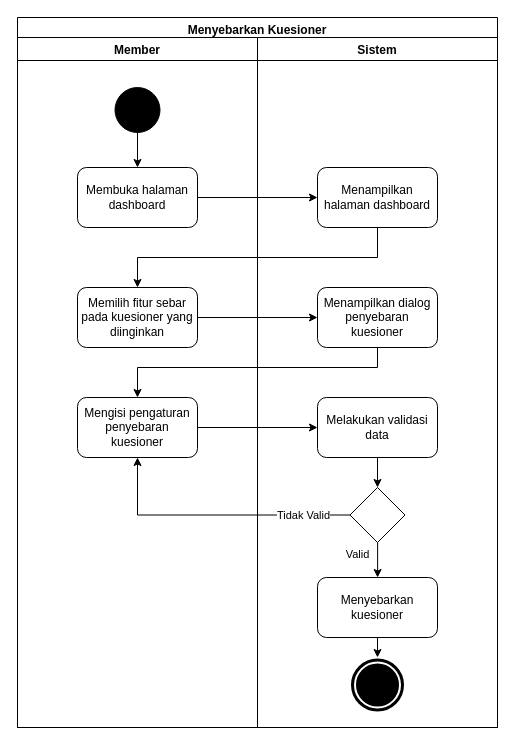
This is Diagram/Activity Diagram/19. menyebarkan kuesioner.drawio from techie-jhs/thesis, a draw.io file, before an edit. Source tidied: cells renumbered, new cells numbered last; positions are measured from the earlier drawing's top-left corner, leaving out a move shared by most shapes. Both pictures are drawn from the tidied source at 100%, with x=0, y=0 at pixel (17, 17).
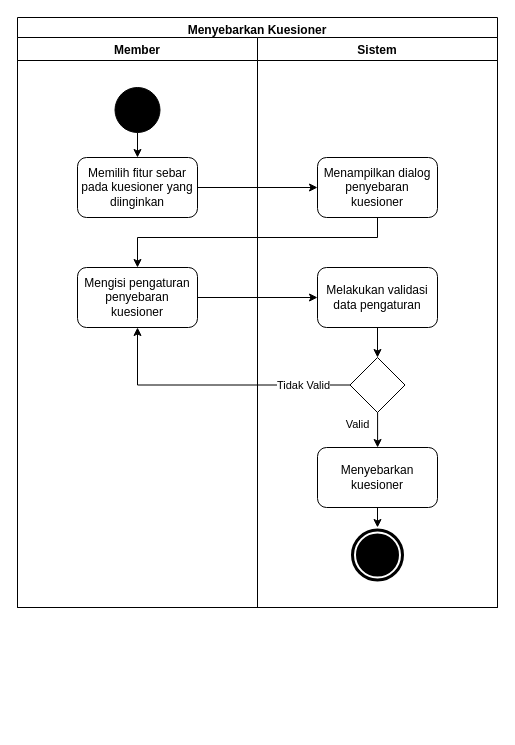
Above is the later version.

Unchanged cells that the change refers to:
```xml
<mxCell id="5" style="ellipse;whiteSpace=wrap;html=1;fillColor=#000000;" parent="3" vertex="1">
  <mxGeometry x="97.5" y="50" width="45" height="45" as="geometry" />
</mxCell>
```

Diff of the diagram source:
```diff
@@
     <mxCell id="2" value="Menyebarkan Kuesioner" style="swimlane;fillColor=none;" parent="1" vertex="1">
-      <mxGeometry width="480" height="710" as="geometry" />
+      <mxGeometry width="480" height="590" as="geometry" />
     </mxCell>
     <mxCell id="3" value="Member" style="swimlane;" parent="2" vertex="1">
-      <mxGeometry y="20" width="240" height="690" as="geometry" />
+      <mxGeometry y="20" width="240" height="570" as="geometry" />
     </mxCell>
-    <mxCell id="4" style="edgeStyle=orthogonalEdgeStyle;rounded=0;jettySize=auto;html=1;" parent="3" edge="1" source="5" target="6">
-      <mxGeometry relative="1" as="geometry" />
-    </mxCell>
+    <mxCell id="26" style="edgeStyle=orthogonalEdgeStyle;rounded=0;jettySize=auto;html=1;" parent="3" edge="1" source="5" target="7">
+      <mxGeometry relative="1" as="geometry" />
+    </mxCell>
@@
-    <mxCell id="6" value="Membuka halaman dashboard" style="rounded=1;whiteSpace=wrap;html=1;fillColor=none;" parent="3" vertex="1">
-      <mxGeometry x="60" y="130" width="120" height="60" as="geometry" />
-    </mxCell>
     <mxCell id="7" value="Memilih fitur sebar pada kuesioner yang diinginkan" style="rounded=1;whiteSpace=wrap;html=1;fillColor=none;" parent="3" vertex="1">
-      <mxGeometry x="60" y="250" width="120" height="60" as="geometry" />
+      <mxGeometry x="60" y="120" width="120" height="60" as="geometry" />
     </mxCell>
     <mxCell id="8" value="&lt;span&gt;Mengisi pengaturan penyebaran kuesioner&lt;/span&gt;" style="rounded=1;whiteSpace=wrap;html=1;fillColor=none;" parent="3" vertex="1">
-      <mxGeometry x="60" y="360" width="120" height="60" as="geometry" />
+      <mxGeometry x="60" y="230" width="120" height="60" as="geometry" />
     </mxCell>
     <mxCell id="9" value="Sistem" style="swimlane;" parent="2" vertex="1">
-      <mxGeometry x="240" y="20" width="240" height="690" as="geometry" />
+      <mxGeometry x="240" y="20" width="240" height="570" as="geometry" />
     </mxCell>
-    <mxCell id="10" value="Menampilkan halaman dashboard" style="rounded=1;whiteSpace=wrap;html=1;fillColor=none;" parent="9" vertex="1">
-      <mxGeometry x="60" y="130" width="120" height="60" as="geometry" />
-    </mxCell>
     <mxCell id="11" value="Menampilkan dialog penyebaran kuesioner" style="rounded=1;whiteSpace=wrap;html=1;fillColor=none;" parent="9" vertex="1">
-      <mxGeometry x="60" y="250" width="120" height="60" as="geometry" />
+      <mxGeometry x="60" y="120" width="120" height="60" as="geometry" />
     </mxCell>
-    <mxCell id="12" value="Melakukan validasi data" style="rounded=1;whiteSpace=wrap;html=1;fillColor=none;" parent="9" vertex="1">
-      <mxGeometry x="60" y="360" width="120" height="60" as="geometry" />
+    <mxCell id="12" value="Melakukan validasi data pengaturan" style="rounded=1;whiteSpace=wrap;html=1;fillColor=none;" parent="9" vertex="1">
+      <mxGeometry x="60" y="230" width="120" height="60" as="geometry" />
     </mxCell>
     <mxCell id="13" value="Valid" style="edgeStyle=orthogonalEdgeStyle;rounded=0;orthogonalLoop=1;jettySize=auto;html=1;" parent="9" edge="1">
       <mxGeometry x="-0.33" y="-20" relative="1" as="geometry">
-        <mxPoint x="120.1" y="504.9" as="sourcePoint" />
-        <mxPoint x="120.1" y="540" as="targetPoint" />
+        <mxPoint x="120.1" y="374.9" as="sourcePoint" />
+        <mxPoint x="120.1" y="410" as="targetPoint" />
       </mxGeometry>
     </mxCell>
     <mxCell id="14" style="rhombus;whiteSpace=wrap;html=1;fillColor=none;" parent="9" vertex="1">
-      <mxGeometry x="92.5" y="450" width="55" height="55" as="geometry" />
+      <mxGeometry x="92.5" y="320" width="55" height="55" as="geometry" />
     </mxCell>
@@
     <mxCell id="16" value="Menyebarkan kuesioner" style="rounded=1;whiteSpace=wrap;html=1;fillColor=none;" parent="9" vertex="1">
-      <mxGeometry x="60" y="540" width="120" height="60" as="geometry" />
+      <mxGeometry x="60" y="410" width="120" height="60" as="geometry" />
     </mxCell>
@@
     <mxCell id="18" style="ellipse;shape=doubleEllipse;whiteSpace=wrap;html=1;fillColor=#000000;strokeColor=#FFFFFF;strokeWidth=2;" parent="9" vertex="1">
-      <mxGeometry x="92.5" y="620" width="55" height="55" as="geometry" />
+      <mxGeometry x="92.5" y="490" width="55" height="55" as="geometry" />
     </mxCell>
-    <mxCell id="19" style="edgeStyle=orthogonalEdgeStyle;rounded=0;jettySize=auto;html=1;" parent="2" edge="1" source="6" target="10">
-      <mxGeometry relative="1" as="geometry" />
-    </mxCell>
-    <mxCell id="20" style="edgeStyle=orthogonalEdgeStyle;rounded=0;jettySize=auto;html=1;" parent="2" edge="1" source="10" target="7">
-      <mxGeometry relative="1" as="geometry">
-        <Array as="points">
-          <mxPoint x="360" y="240" />
-          <mxPoint x="120" y="240" />
-        </Array>
-      </mxGeometry>
-    </mxCell>
@@
     <mxCell id="25" style="edgeStyle=orthogonalEdgeStyle;rounded=0;jettySize=auto;html=1;" parent="2" edge="1" source="11" target="8">
       <mxGeometry relative="1" as="geometry">
         <Array as="points">
-          <mxPoint x="360" y="350" />
-          <mxPoint x="120" y="350" />
+          <mxPoint x="360" y="220" />
+          <mxPoint x="120" y="220" />
         </Array>
       </mxGeometry>
     </mxCell>
```
